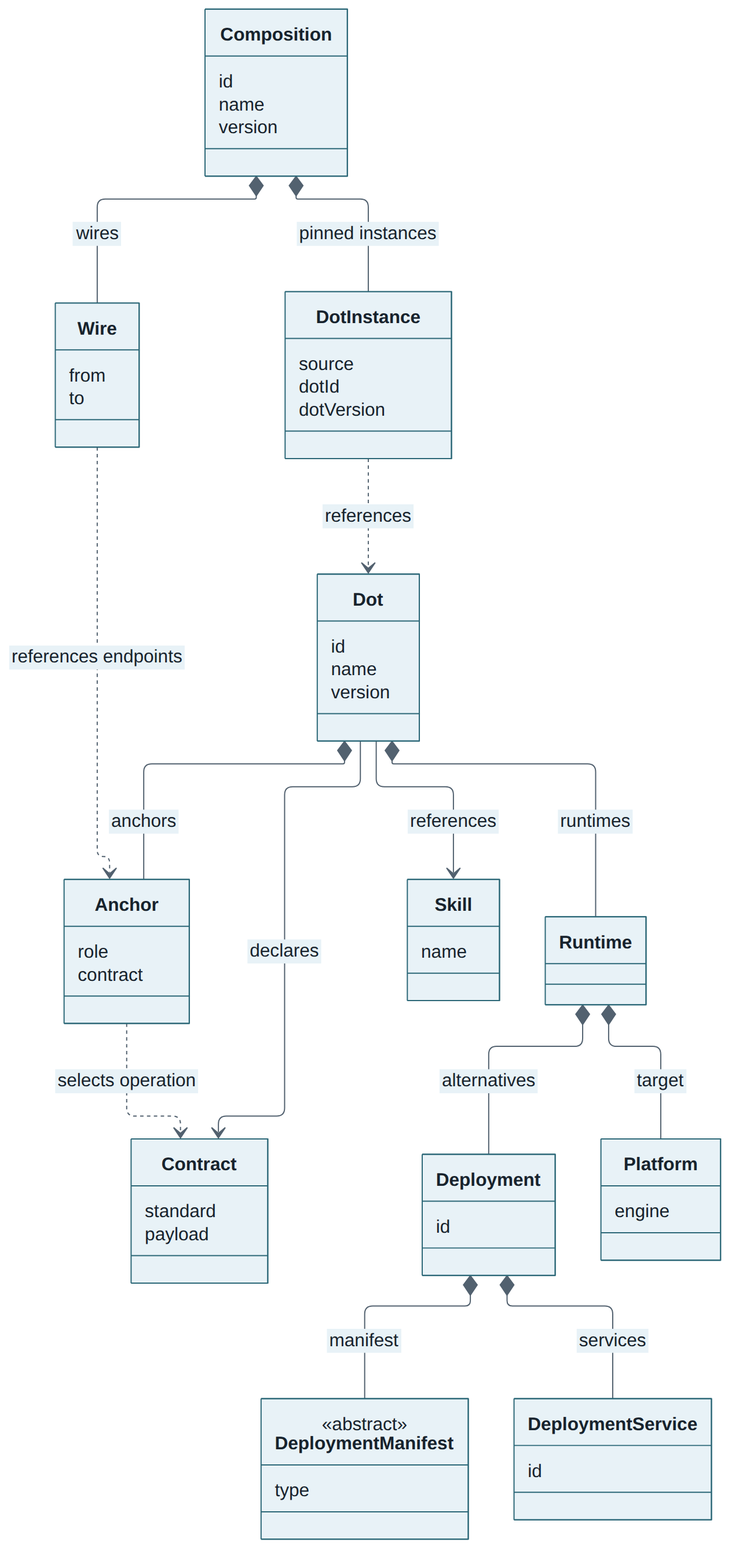
Earlier version of the Mermaid export DOT-Design/next/dot-design/_images/diagrams/dot-domain-overview.png (MARE-EU-Project/DOT-Docs). Its source is kept beside it as DOT-Design/next/dot-design/_attachments/diagrams/dot-domain-overview.mmd.
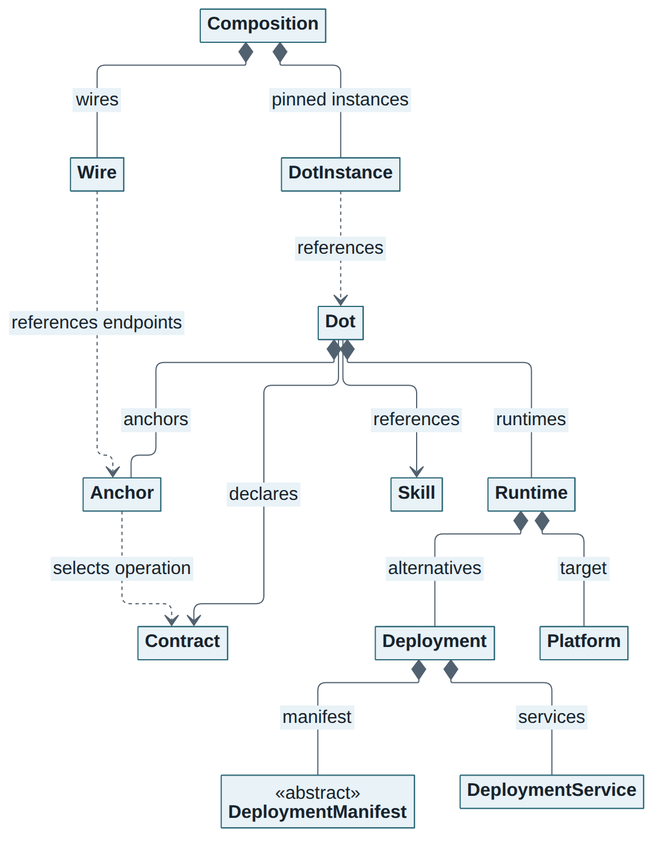
Above is the later version.

Change to the diagram source:
```diff
@@ -1,52 +1,30 @@
+---
+config:
+  class:
+    hideEmptyMembersBox: true
+    nodeSpacing: 20
+    rankSpacing: 30
+    padding: 6
+---
 classDiagram
   direction TB
   accTitle: Simplified DOT domain model
   accDescr: Dot references Skills, declares Contracts, and contains Anchors and Runtime alternatives. An Anchor selects a Contract operation. Each Runtime targets a Platform and contains Deployments. A Deployment contains one manifest and its logical services. A separate Composition aggregate owns pinned DOT instances and wires referencing Anchors, never embedded DOT definitions.
 
-  class Dot {
-    id
-    name
-    version
-  }
-  class Skill {
-    name
-  }
-  class Contract {
-    standard
-    payload
-  }
-  class Anchor {
-    role
-    contract
-  }
+  class Dot
+  class Skill
+  class Contract
+  class Anchor
   class Runtime
-  class Platform {
-    engine
-  }
-  class Deployment {
-    id
-  }
+  class Platform
+  class Deployment
   class DeploymentManifest {
     <<abstract>>
-    type
   }
-  class DeploymentService {
-    id
-  }
-  class Composition {
-    id
-    name
-    version
-  }
-  class DotInstance {
-    source
-    dotId
-    dotVersion
-  }
-  class Wire {
-    from
-    to
-  }
+  class DeploymentService
+  class Composition
+  class DotInstance
+  class Wire
 
   Composition *-- DotInstance : pinned instances
   Composition *-- Wire : wires
```
